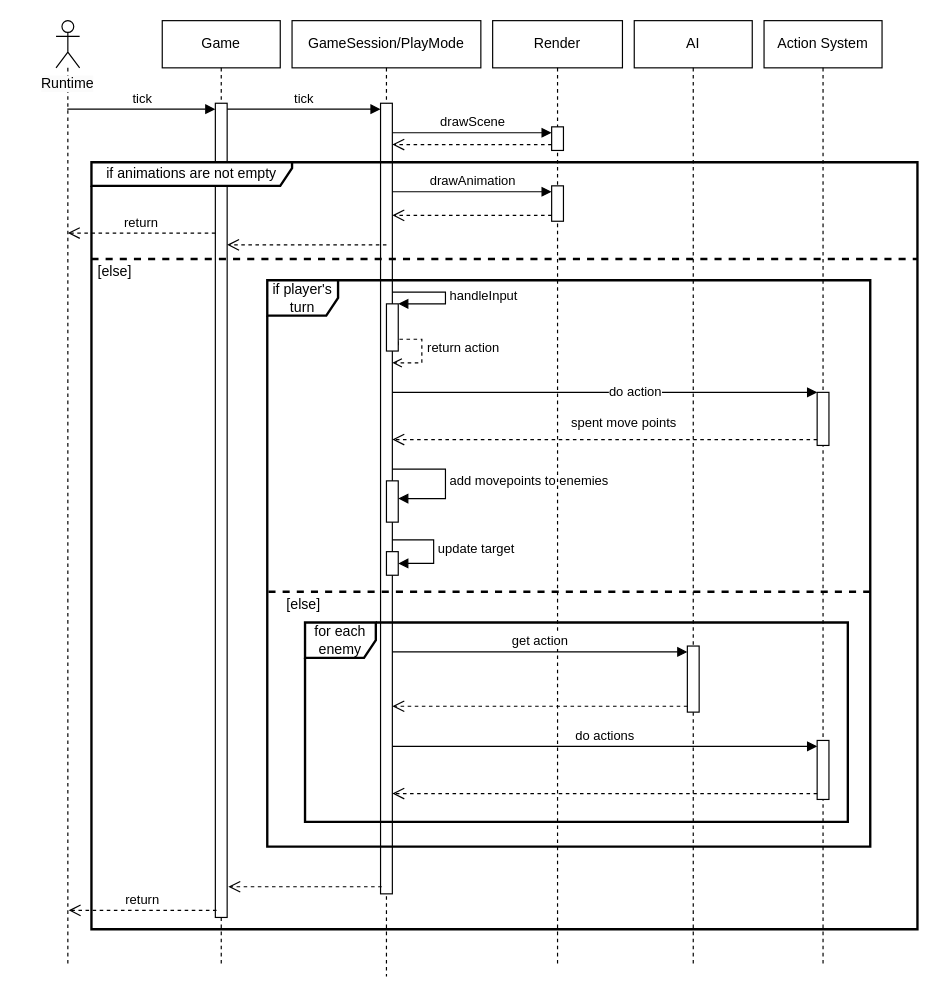
Before: page "PlayMode tick" (3 of 6) of docs/schemas.drawio in vladimir-popov/forgotten_catacombs, a draw.io diagram. Source tidied: cells renumbered, new cells numbered last; positions are measured from the earlier drawing's top-left corner, leaving out a move shared by most shapes. Both pictures are drawn from the tidied source at 118%, with x=0, y=0 at pixel (20, 20).
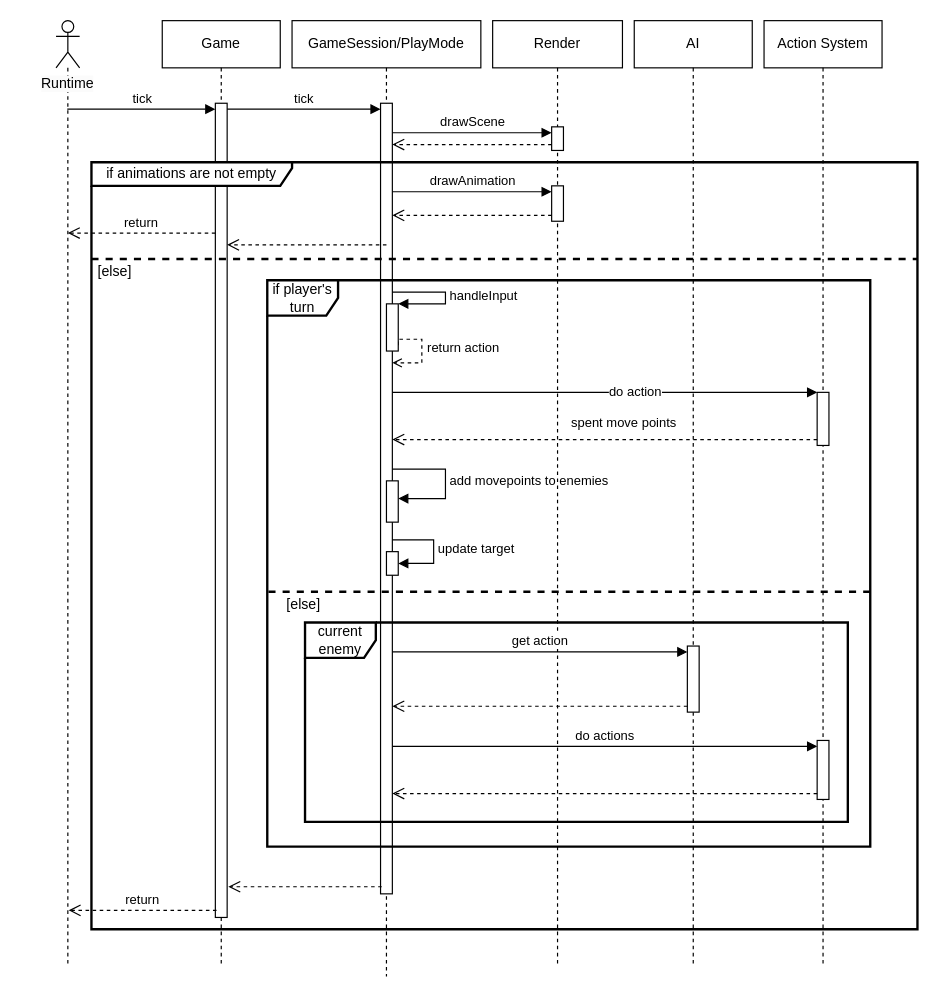
Above is the later version.

Diff of the diagram source:
```diff
@@
-    <mxCell id="47" value="for each enemy" style="shape=umlFrame;whiteSpace=wrap;html=1;strokeWidth=2;" parent="1" vertex="1">
+    <mxCell id="47" value="current enemy" style="shape=umlFrame;whiteSpace=wrap;html=1;strokeWidth=2;" parent="1" vertex="1">
       <mxGeometry x="241" y="510" width="460" height="169" as="geometry" />
     </mxCell>
```
